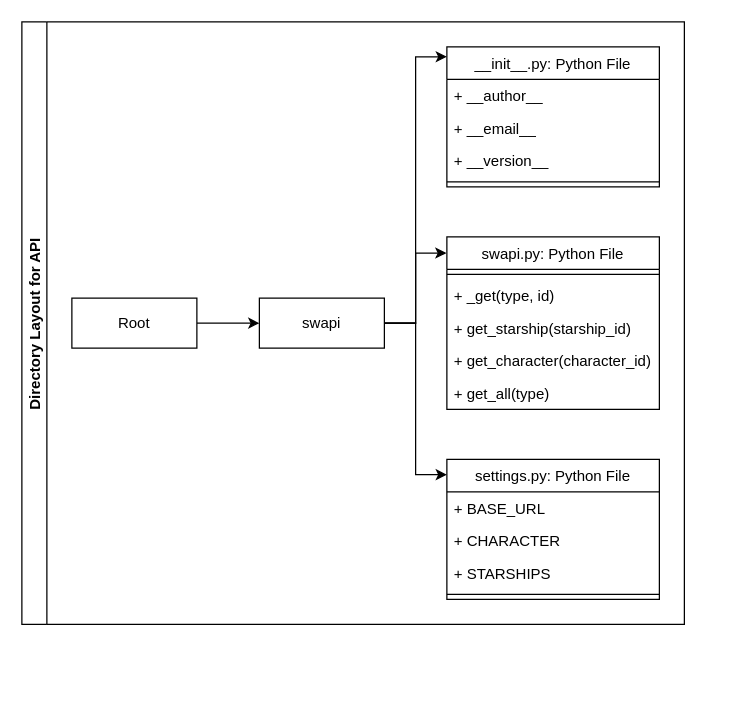
Before: page "API" (1 of 2) of docs/design/StarWars_Module_Design.drawio in paulaked/Data24-starwars, a draw.io diagram. Source tidied: cells renumbered, new cells numbered last; positions are measured from the earlier drawing's top-left corner, leaving out a move shared by most shapes. Both pictures are drawn from the tidied source at 125%, with x=0, y=0 at pixel (21, 21).
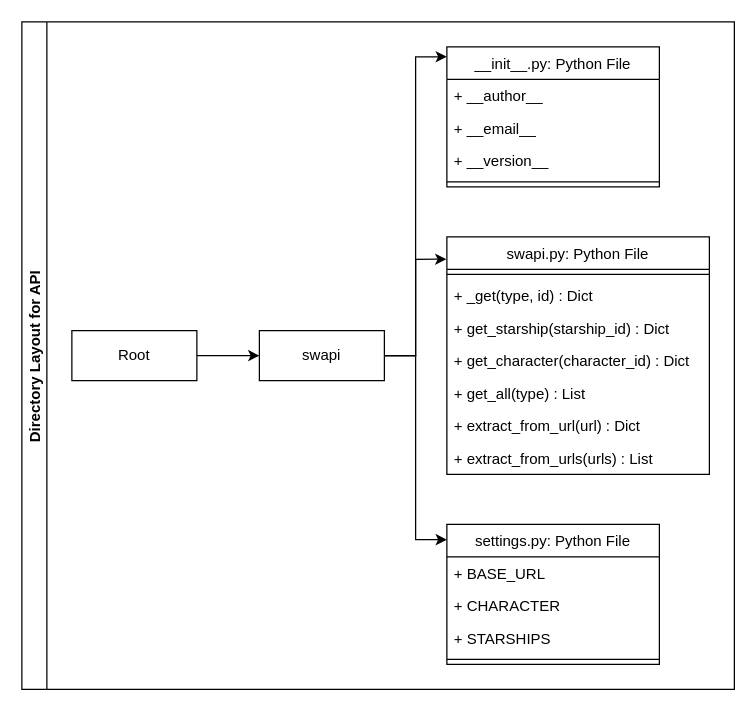
Above is the later version.

What changed in the source:
```diff
@@
     <mxCell id="2" value="Directory Layout for API" style="swimlane;startSize=20;horizontal=0;horizontalTree=1;containerType=tree;" parent="1" vertex="1">
-      <mxGeometry width="530" height="482" as="geometry" />
+      <mxGeometry width="570" height="534" as="geometry" />
     </mxCell>
@@
     <mxCell id="4" value="Root" style="whiteSpace=wrap;html=1;" parent="2" vertex="1">
-      <mxGeometry x="40" y="221" width="100" height="40" as="geometry" />
+      <mxGeometry x="40" y="247" width="100" height="40" as="geometry" />
     </mxCell>
@@
     <mxCell id="8" value="swapi" style="whiteSpace=wrap;html=1;" parent="2" vertex="1">
-      <mxGeometry x="190" y="221" width="100" height="40" as="geometry" />
+      <mxGeometry x="190" y="247" width="100" height="40" as="geometry" />
     </mxCell>
@@
     <mxCell id="14" value="swapi.py: Python File" style="swimlane;fontStyle=0;horizontal=1;startSize=26;fillColor=none;" parent="2" vertex="1">
-      <mxGeometry x="340" y="172" width="170" height="138" as="geometry" />
+      <mxGeometry x="340" y="172" width="210" height="190" as="geometry" />
     </mxCell>
     <mxCell id="15" style="line;strokeWidth=1;fillColor=none;align=left;verticalAlign=middle;spacingTop=-1;spacingLeft=3;spacingRight=3;labelPosition=right;" parent="14" vertex="1">
-      <mxGeometry y="26" width="170" height="8" as="geometry" />
+      <mxGeometry y="26" width="210" height="8" as="geometry" />
     </mxCell>
-    <mxCell id="16" value="+ _get(type, id)" style="text;strokeColor=none;fillColor=none;align=left;verticalAlign=top;spacingLeft=4;spacingRight=4;overflow=hidden;" parent="14" vertex="1">
-      <mxGeometry y="34" width="170" height="26" as="geometry" />
+    <mxCell id="16" value="+ _get(type, id) : Dict" style="text;strokeColor=none;fillColor=none;align=left;verticalAlign=top;spacingLeft=4;spacingRight=4;overflow=hidden;" parent="14" vertex="1">
+      <mxGeometry y="34" width="210" height="26" as="geometry" />
     </mxCell>
-    <mxCell id="17" value="+ get_starship(starship_id)" style="text;strokeColor=none;fillColor=none;align=left;verticalAlign=top;spacingLeft=4;spacingRight=4;overflow=hidden;" parent="14" vertex="1">
-      <mxGeometry y="60" width="170" height="26" as="geometry" />
+    <mxCell id="17" value="+ get_starship(starship_id) : Dict" style="text;strokeColor=none;fillColor=none;align=left;verticalAlign=top;spacingLeft=4;spacingRight=4;overflow=hidden;" parent="14" vertex="1">
+      <mxGeometry y="60" width="210" height="26" as="geometry" />
     </mxCell>
-    <mxCell id="18" value="+ get_character(character_id)" style="text;strokeColor=none;fillColor=none;align=left;verticalAlign=top;spacingLeft=4;spacingRight=4;overflow=hidden;" parent="14" vertex="1">
-      <mxGeometry y="86" width="170" height="26" as="geometry" />
+    <mxCell id="18" value="+ get_character(character_id) : Dict" style="text;strokeColor=none;fillColor=none;align=left;verticalAlign=top;spacingLeft=4;spacingRight=4;overflow=hidden;" parent="14" vertex="1">
+      <mxGeometry y="86" width="210" height="26" as="geometry" />
     </mxCell>
-    <mxCell id="19" value="+ get_all(type)" style="text;strokeColor=none;fillColor=none;align=left;verticalAlign=top;spacingLeft=4;spacingRight=4;overflow=hidden;" parent="14" vertex="1">
-      <mxGeometry y="112" width="170" height="26" as="geometry" />
+    <mxCell id="19" value="+ get_all(type) : List" style="text;strokeColor=none;fillColor=none;align=left;verticalAlign=top;spacingLeft=4;spacingRight=4;overflow=hidden;" parent="14" vertex="1">
+      <mxGeometry y="112" width="210" height="26" as="geometry" />
     </mxCell>
+    <mxCell id="25" value="+ extract_from_url(url) : Dict" style="text;strokeColor=none;fillColor=none;align=left;verticalAlign=top;spacingLeft=4;spacingRight=4;overflow=hidden;" parent="14" vertex="1">
+      <mxGeometry y="138" width="210" height="26" as="geometry" />
+    </mxCell>
+    <mxCell id="26" value="+ extract_from_urls(urls) : List" style="text;strokeColor=none;fillColor=none;align=left;verticalAlign=top;spacingLeft=4;spacingRight=4;overflow=hidden;" parent="14" vertex="1">
+      <mxGeometry y="164" width="210" height="26" as="geometry" />
+    </mxCell>
     <mxCell id="20" value="settings.py: Python File" style="swimlane;fontStyle=0;horizontal=1;startSize=26;fillColor=none;" parent="2" vertex="1">
-      <mxGeometry x="340" y="350" width="170" height="112" as="geometry" />
+      <mxGeometry x="340" y="402" width="170" height="112" as="geometry" />
     </mxCell>
```
